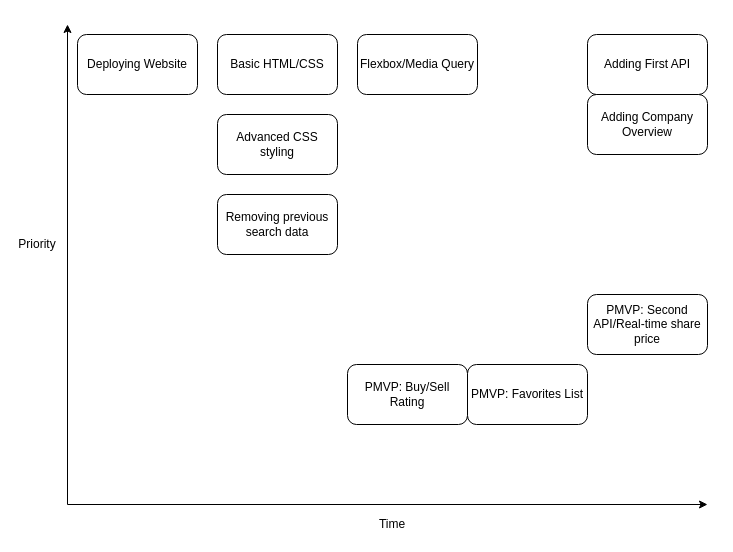
Above: PriorityMatrix.drawio in jbeneroff/Stock-Data-Project (draw.io), before the change. Source tidied: cells renumbered, new cells numbered last; positions are measured from the earlier drawing's top-left corner, leaving out a move shared by most shapes. Both pictures are drawn from the tidied source at 100%, with x=0, y=0 at pixel (17, 24).
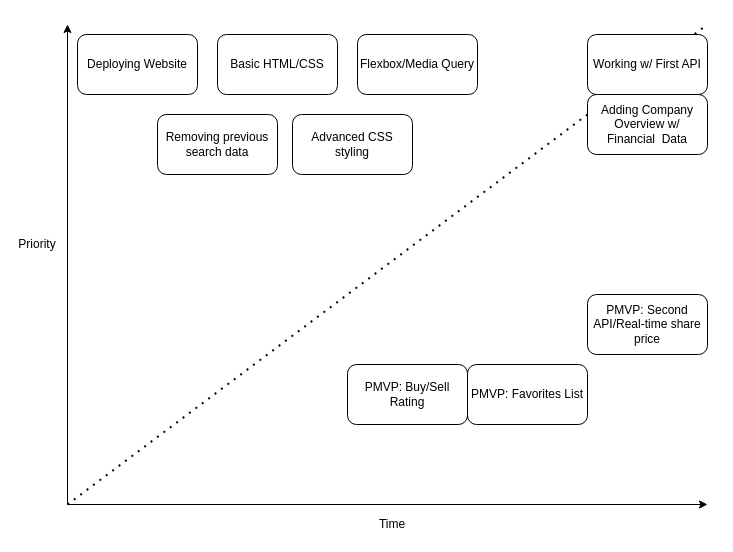
The same page after the edit.

The edit, as a diff of the source:
```diff
@@
 <mxGraphModel>
   <root>
     <mxCell id="0" />
     <mxCell id="1" parent="0" />
     <mxCell id="2" style="endArrow=classic;html=1;" parent="1" edge="1">
       <mxGeometry relative="1" as="geometry">
         <mxPoint x="50" y="480" as="sourcePoint" />
         <mxPoint x="690" y="480" as="targetPoint" />
       </mxGeometry>
     </mxCell>
     <mxCell id="3" style="endArrow=classic;html=1;" parent="1" edge="1">
       <mxGeometry relative="1" as="geometry">
         <mxPoint x="50" y="480" as="sourcePoint" />
         <mxPoint x="50" as="targetPoint" />
       </mxGeometry>
     </mxCell>
     <mxCell id="4" value="&lt;div&gt;Time&lt;/div&gt;" style="text;html=1;strokeColor=none;fillColor=none;align=center;verticalAlign=middle;whiteSpace=wrap;rounded=0;" parent="1" vertex="1">
       <mxGeometry x="355" y="490" width="40" height="20" as="geometry" />
     </mxCell>
     <mxCell id="5" value="Priority" style="text;html=1;strokeColor=none;fillColor=none;align=center;verticalAlign=middle;whiteSpace=wrap;rounded=0;" parent="1" vertex="1">
       <mxGeometry y="210" width="40" height="20" as="geometry" />
     </mxCell>
-    <mxCell id="6" value="Adding First API" style="rounded=1;whiteSpace=wrap;html=1;" parent="1" vertex="1">
-      <mxGeometry x="570" y="10" width="120" height="60" as="geometry" />
-    </mxCell>
     <mxCell id="7" value="Basic HTML/CSS" style="rounded=1;whiteSpace=wrap;html=1;" parent="1" vertex="1">
       <mxGeometry x="200" y="10" width="120" height="60" as="geometry" />
     </mxCell>
-    <mxCell id="8" value="Adding Company Overview" style="rounded=1;whiteSpace=wrap;html=1;" parent="1" vertex="1">
-      <mxGeometry x="570" y="70" width="120" height="60" as="geometry" />
-    </mxCell>
     <mxCell id="9" value="PMVP: Second API/Real-time share price" style="rounded=1;whiteSpace=wrap;html=1;" parent="1" vertex="1">
       <mxGeometry x="570" y="270" width="120" height="60" as="geometry" />
     </mxCell>
     <mxCell id="10" value="PMVP: Favorites List" style="rounded=1;whiteSpace=wrap;html=1;" parent="1" vertex="1">
       <mxGeometry x="450" y="340" width="120" height="60" as="geometry" />
     </mxCell>
     <mxCell id="11" value="PMVP: Buy/Sell Rating" style="rounded=1;whiteSpace=wrap;html=1;" parent="1" vertex="1">
       <mxGeometry x="330" y="340" width="120" height="60" as="geometry" />
     </mxCell>
     <mxCell id="12" value="&lt;div&gt;Flexbox/Media Query&lt;/div&gt;" style="rounded=1;whiteSpace=wrap;html=1;" parent="1" vertex="1">
       <mxGeometry x="340" y="10" width="120" height="60" as="geometry" />
     </mxCell>
     <mxCell id="13" value="Removing previous search data" style="rounded=1;whiteSpace=wrap;html=1;direction=west;" parent="1" vertex="1">
-      <mxGeometry x="200" y="170" width="120" height="60" as="geometry" />
+      <mxGeometry x="140" y="90" width="120" height="60" as="geometry" />
     </mxCell>
     <mxCell id="14" value="Deploying Website" style="rounded=1;whiteSpace=wrap;html=1;" parent="1" vertex="1">
       <mxGeometry x="60" y="10" width="120" height="60" as="geometry" />
     </mxCell>
     <mxCell id="15" value="Advanced CSS styling" style="rounded=1;whiteSpace=wrap;html=1;" parent="1" vertex="1">
-      <mxGeometry x="200" y="90" width="120" height="60" as="geometry" />
+      <mxGeometry x="275" y="90" width="120" height="60" as="geometry" />
     </mxCell>
+    <mxCell id="16" style="endArrow=none;dashed=1;html=1;dashPattern=1 3;strokeWidth=2;" parent="1" edge="1">
+      <mxGeometry relative="1" as="geometry">
+        <mxPoint x="50" y="480" as="sourcePoint" />
+        <mxPoint x="690" as="targetPoint" />
+      </mxGeometry>
+    </mxCell>
+    <mxCell id="6" value="Working w/ First API" style="rounded=1;whiteSpace=wrap;html=1;verticalAlign=middle;" parent="1" vertex="1">
+      <mxGeometry x="570" y="10" width="120" height="60" as="geometry" />
+    </mxCell>
+    <mxCell id="8" value="Adding Company Overview w/ Financial&amp;nbsp; Data" style="rounded=1;whiteSpace=wrap;html=1;" parent="1" vertex="1">
+      <mxGeometry x="570" y="70" width="120" height="60" as="geometry" />
+    </mxCell>
   </root>
 </mxGraphModel>
```
